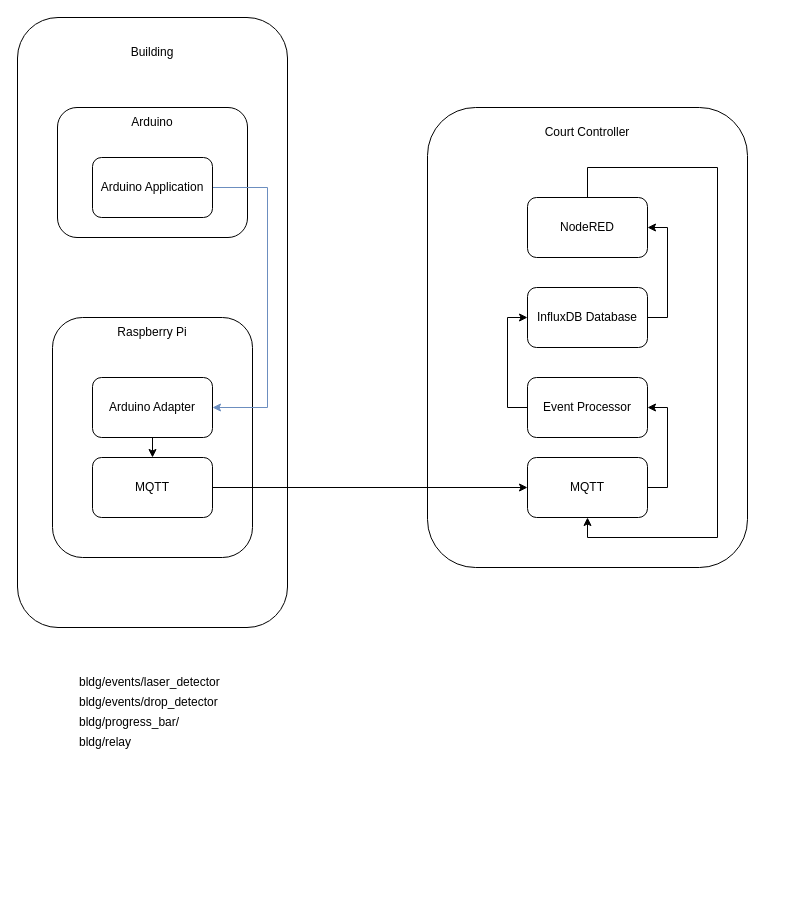
This is page "Software Architecture" (2 of 2) of Diagrams/AVR-Court.drawio from brandonhanner/avr-field-controls-2023, a draw.io file, before an edit. Source tidied: cells renumbered, new cells numbered last; positions are measured from the earlier drawing's top-left corner, leaving out a move shared by most shapes. Both pictures are drawn from the tidied source at 100%, with x=0, y=0 at pixel (17, 17).
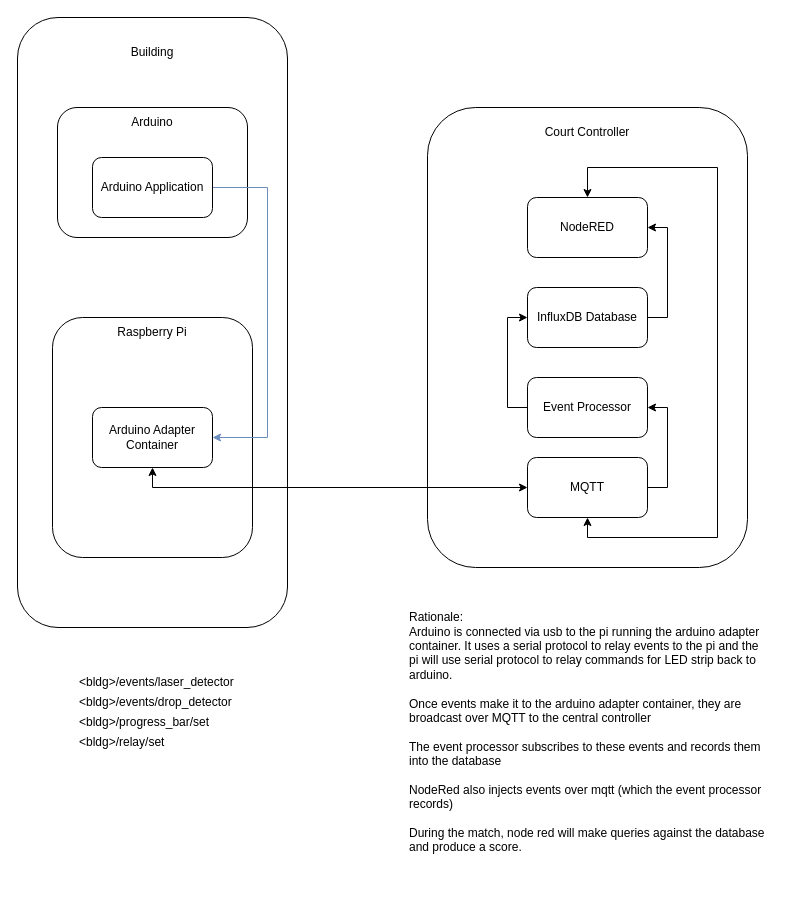
The same page after the edit.

Unchanged cells that the change refers to:
```xml
<mxCell id="8" value="Arduino Application" style="rounded=1;whiteSpace=wrap;html=1;" parent="1" vertex="1">
  <mxGeometry x="75" y="140" width="120" height="60" as="geometry" />
</mxCell>
<mxCell id="14" value="MQTT" style="rounded=1;whiteSpace=wrap;html=1;" parent="1" vertex="1">
  <mxGeometry x="510" y="440" width="120" height="60" as="geometry" />
</mxCell>
<mxCell id="21" value="NodeRED" style="rounded=1;whiteSpace=wrap;html=1;" parent="1" vertex="1">
  <mxGeometry x="510" y="180" width="120" height="60" as="geometry" />
</mxCell>
```

What changed in the source:
```diff
@@
     <mxCell id="7" style="edgeStyle=orthogonalEdgeStyle;rounded=0;jettySize=auto;html=1;exitX=1;exitY=0.5;exitDx=0;exitDy=0;entryX=1;entryY=0.5;entryDx=0;entryDy=0;fillColor=#dae8fc;strokeColor=#6c8ebf;" parent="1" edge="1" source="8" target="11">
       <mxGeometry relative="1" as="geometry">
         <Array as="points">
           <mxPoint x="250" y="170" />
-          <mxPoint x="250" y="390" />
+          <mxPoint x="250" y="420" />
         </Array>
       </mxGeometry>
     </mxCell>
@@
-    <mxCell id="10" style="edgeStyle=orthogonalEdgeStyle;rounded=0;jettySize=auto;html=1;exitX=0.5;exitY=1;exitDx=0;exitDy=0;entryX=0.5;entryY=0;entryDx=0;entryDy=0;" parent="1" edge="1" source="11" target="23">
-      <mxGeometry relative="1" as="geometry" />
-    </mxCell>
+    <mxCell id="28" style="edgeStyle=orthogonalEdgeStyle;rounded=0;jettySize=auto;html=1;exitX=0.5;exitY=1;exitDx=0;exitDy=0;entryX=0;entryY=0.5;entryDx=0;entryDy=0;startArrow=classic;startFill=1;" parent="1" edge="1" source="11" target="14">
+      <mxGeometry relative="1" as="geometry" />
+    </mxCell>
-    <mxCell id="11" value="Arduino Adapter" style="rounded=1;whiteSpace=wrap;html=1;" parent="1" vertex="1">
-      <mxGeometry x="75" y="360" width="120" height="60" as="geometry" />
+    <mxCell id="11" value="Arduino Adapter Container" style="rounded=1;whiteSpace=wrap;html=1;" parent="1" vertex="1">
+      <mxGeometry x="75" y="390" width="120" height="60" as="geometry" />
     </mxCell>
@@
-    <mxCell id="20" style="edgeStyle=orthogonalEdgeStyle;rounded=0;jettySize=auto;html=1;exitX=0.5;exitY=0;exitDx=0;exitDy=0;entryX=0.5;entryY=1;entryDx=0;entryDy=0;" parent="1" edge="1" source="21" target="14">
+    <mxCell id="20" style="edgeStyle=orthogonalEdgeStyle;rounded=0;jettySize=auto;html=1;exitX=0.5;exitY=0;exitDx=0;exitDy=0;entryX=0.5;entryY=1;entryDx=0;entryDy=0;startArrow=classic;startFill=1;" parent="1" edge="1" source="21" target="14">
       <mxGeometry relative="1" as="geometry">
         <Array as="points">
           <mxPoint x="570" y="150" />
           <mxPoint x="700" y="150" />
           <mxPoint x="700" y="520" />
           <mxPoint x="570" y="520" />
         </Array>
       </mxGeometry>
     </mxCell>
@@
-    <mxCell id="22" style="edgeStyle=orthogonalEdgeStyle;rounded=0;jettySize=auto;html=1;exitX=1;exitY=0.5;exitDx=0;exitDy=0;entryX=0;entryY=0.5;entryDx=0;entryDy=0;" parent="1" edge="1" source="23" target="14">
-      <mxGeometry relative="1" as="geometry" />
-    </mxCell>
-    <mxCell id="23" value="MQTT" style="rounded=1;whiteSpace=wrap;html=1;" parent="1" vertex="1">
-      <mxGeometry x="75" y="440" width="120" height="60" as="geometry" />
-    </mxCell>
-    <mxCell id="24" value="bldg/events/laser_detector" style="text;html=1;strokeColor=none;fillColor=none;align=left;verticalAlign=middle;whiteSpace=wrap;rounded=0;" parent="1" vertex="1">
+    <mxCell id="24" value="&amp;lt;bldg&amp;gt;/events/laser_detector" style="text;html=1;strokeColor=none;fillColor=none;align=left;verticalAlign=middle;whiteSpace=wrap;rounded=0;" parent="1" vertex="1">
       <mxGeometry x="60" y="650" width="340" height="30" as="geometry" />
     </mxCell>
-    <mxCell id="25" value="bldg/events/drop_detector" style="text;html=1;strokeColor=none;fillColor=none;align=left;verticalAlign=middle;whiteSpace=wrap;rounded=0;" parent="1" vertex="1">
+    <mxCell id="25" value="&amp;lt;bldg&amp;gt;/events/drop_detector" style="text;html=1;strokeColor=none;fillColor=none;align=left;verticalAlign=middle;whiteSpace=wrap;rounded=0;" parent="1" vertex="1">
       <mxGeometry x="60" y="670" width="340" height="30" as="geometry" />
     </mxCell>
-    <mxCell id="26" value="bldg/progress_bar/" style="text;html=1;strokeColor=none;fillColor=none;align=left;verticalAlign=middle;whiteSpace=wrap;rounded=0;" parent="1" vertex="1">
+    <mxCell id="26" value="&amp;lt;bldg&amp;gt;/progress_bar/set" style="text;html=1;strokeColor=none;fillColor=none;align=left;verticalAlign=middle;whiteSpace=wrap;rounded=0;" parent="1" vertex="1">
       <mxGeometry x="60" y="690" width="340" height="30" as="geometry" />
     </mxCell>
-    <mxCell id="27" value="bldg/relay" style="text;html=1;strokeColor=none;fillColor=none;align=left;verticalAlign=middle;whiteSpace=wrap;rounded=0;" parent="1" vertex="1">
+    <mxCell id="27" value="&amp;lt;bldg&amp;gt;/relay/set" style="text;html=1;strokeColor=none;fillColor=none;align=left;verticalAlign=middle;whiteSpace=wrap;rounded=0;" parent="1" vertex="1">
       <mxGeometry x="60" y="710" width="340" height="30" as="geometry" />
     </mxCell>
+    <mxCell id="29" value="Rationale:&amp;nbsp;&lt;br&gt;Arduino is connected via usb to the pi running the arduino adapter container. It uses a serial protocol to relay events to the pi and the pi will use serial protocol to relay commands for LED strip back to arduino.&lt;br&gt;&lt;br&gt;Once events make it to the arduino adapter container, they are broadcast over MQTT to the central controller&lt;br&gt;&lt;br&gt;The event processor subscribes to these events and records them into the database&lt;br&gt;&lt;br&gt;NodeRed also injects events over mqtt (which the event processor records)&lt;br&gt;&lt;br&gt;During the match, node red will make queries against the database and produce a score.&amp;nbsp;" style="text;html=1;strokeColor=none;fillColor=none;align=left;verticalAlign=middle;whiteSpace=wrap;rounded=0;" parent="1" vertex="1">
+      <mxGeometry x="390" y="560" width="360" height="310" as="geometry" />
+    </mxCell>
```
